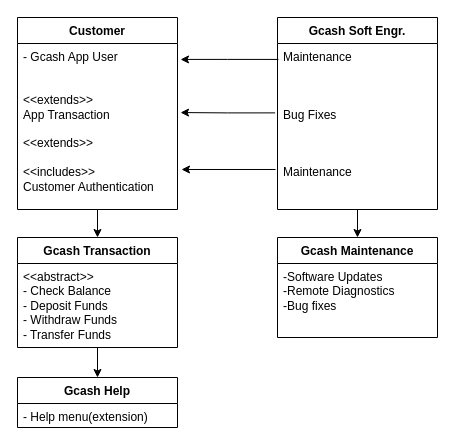
The draw.io diagram tasksheet/Use-case.drawio in cocomarktea/TesdaActivity, before the edit. Source tidied: cells renumbered, new cells numbered last; positions are measured from the earlier drawing's top-left corner, leaving out a move shared by most shapes. Both pictures are drawn from the tidied source at 100%, with x=0, y=0 at pixel (17, 17).
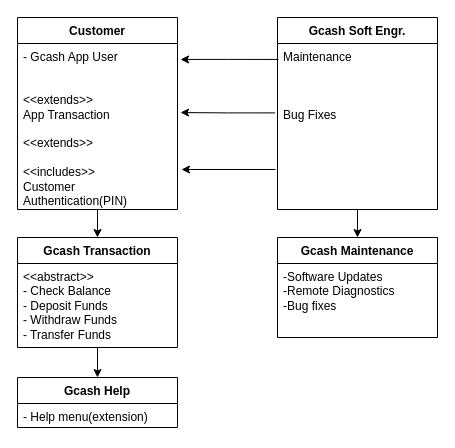
The same page after the edit.

Change to the diagram source:
```diff
@@
 <mxGraphModel>
   <root>
     <mxCell id="0" />
     <mxCell id="1" parent="0" />
     <mxCell id="2" style="edgeStyle=orthogonalEdgeStyle;rounded=0;jettySize=auto;html=1;" parent="1" edge="1" source="3" target="12">
       <mxGeometry relative="1" as="geometry" />
     </mxCell>
     <mxCell id="3" value="Customer" style="swimlane;fontStyle=1;align=center;verticalAlign=top;horizontal=1;startSize=26;whiteSpace=wrap;html=1;" parent="1" vertex="1">
       <mxGeometry width="160" height="192" as="geometry" />
     </mxCell>
-    <mxCell id="4" value="- Gcash App User&lt;br&gt;&lt;br&gt;&lt;br&gt;&amp;lt;&amp;lt;extends&amp;gt;&amp;gt;&lt;br&gt;App Transaction&lt;br&gt;&lt;br&gt;&amp;lt;&amp;lt;extends&amp;gt;&amp;gt;&lt;br&gt;&lt;br&gt;&amp;lt;&amp;lt;includes&amp;gt;&amp;gt;&lt;br&gt;Customer Authentication" style="text;strokeColor=none;fillColor=none;align=left;verticalAlign=top;spacingLeft=4;spacingRight=4;overflow=hidden;points=[[0,0.5],[1,0.5]];portConstraint=eastwest;whiteSpace=wrap;html=1;" parent="3" vertex="1">
+    <mxCell id="4" value="- Gcash App User&lt;br&gt;&lt;br&gt;&lt;br&gt;&amp;lt;&amp;lt;extends&amp;gt;&amp;gt;&lt;br&gt;App Transaction&lt;br&gt;&lt;br&gt;&amp;lt;&amp;lt;extends&amp;gt;&amp;gt;&lt;br&gt;&lt;br&gt;&amp;lt;&amp;lt;includes&amp;gt;&amp;gt;&lt;br&gt;Customer Authentication(PIN)" style="text;strokeColor=none;fillColor=none;align=left;verticalAlign=top;spacingLeft=4;spacingRight=4;overflow=hidden;points=[[0,0.5],[1,0.5]];portConstraint=eastwest;whiteSpace=wrap;html=1;" parent="3" vertex="1">
       <mxGeometry y="26" width="160" height="166" as="geometry" />
     </mxCell>
     <mxCell id="5" style="edgeStyle=orthogonalEdgeStyle;rounded=0;jettySize=auto;html=1;" parent="1" edge="1" source="6" target="14">
       <mxGeometry relative="1" as="geometry" />
     </mxCell>
     <mxCell id="6" value="Gcash Soft Engr." style="swimlane;fontStyle=1;align=center;verticalAlign=top;horizontal=1;startSize=26;whiteSpace=wrap;html=1;" parent="1" vertex="1">
       <mxGeometry x="260" width="160" height="192" as="geometry" />
     </mxCell>
-    <mxCell id="7" value="Maintenance&lt;br&gt;&lt;br&gt;&lt;br&gt;&lt;br&gt;Bug Fixes&lt;br&gt;&lt;br&gt;&lt;br&gt;&lt;br&gt;Maintenance" style="text;strokeColor=none;fillColor=none;align=left;verticalAlign=top;spacingLeft=4;spacingRight=4;overflow=hidden;points=[[0,0.5],[1,0.5]];portConstraint=eastwest;whiteSpace=wrap;html=1;" parent="6" vertex="1">
+    <mxCell id="7" value="Maintenance&lt;br&gt;&lt;br&gt;&lt;br&gt;&lt;br&gt;Bug Fixes&lt;br&gt;&lt;br&gt;&lt;br&gt;&lt;br&gt;" style="text;strokeColor=none;fillColor=none;align=left;verticalAlign=top;spacingLeft=4;spacingRight=4;overflow=hidden;points=[[0,0.5],[1,0.5]];portConstraint=eastwest;whiteSpace=wrap;html=1;" parent="6" vertex="1">
       <mxGeometry y="26" width="160" height="166" as="geometry" />
     </mxCell>
     <mxCell id="8" style="edgeStyle=orthogonalEdgeStyle;rounded=0;jettySize=auto;html=1;entryX=1.019;entryY=0.416;entryDx=0;entryDy=0;entryPerimeter=0;exitX=-0.015;exitY=0.418;exitDx=0;exitDy=0;exitPerimeter=0;" parent="1" edge="1" source="7" target="4">
       <mxGeometry relative="1" as="geometry" />
     </mxCell>
     <mxCell id="9" style="edgeStyle=orthogonalEdgeStyle;rounded=0;jettySize=auto;html=1;entryX=1.019;entryY=0.096;entryDx=0;entryDy=0;entryPerimeter=0;exitX=0.006;exitY=0.096;exitDx=0;exitDy=0;exitPerimeter=0;" parent="1" edge="1" source="7" target="4">
       <mxGeometry relative="1" as="geometry" />
     </mxCell>
     <mxCell id="10" style="edgeStyle=orthogonalEdgeStyle;rounded=0;jettySize=auto;html=1;entryX=1.025;entryY=0.759;entryDx=0;entryDy=0;entryPerimeter=0;exitX=-0.012;exitY=0.759;exitDx=0;exitDy=0;exitPerimeter=0;" parent="1" edge="1" source="7" target="4">
       <mxGeometry relative="1" as="geometry" />
     </mxCell>
     <mxCell id="11" style="edgeStyle=orthogonalEdgeStyle;rounded=0;jettySize=auto;html=1;" parent="1" edge="1" source="12" target="16">
       <mxGeometry relative="1" as="geometry" />
     </mxCell>
     <mxCell id="12" value="Gcash Transaction" style="swimlane;fontStyle=1;align=center;verticalAlign=top;horizontal=1;startSize=26;whiteSpace=wrap;html=1;" parent="1" vertex="1">
       <mxGeometry y="220" width="160" height="110" as="geometry" />
     </mxCell>
     <mxCell id="13" value="&amp;lt;&amp;lt;abstract&amp;gt;&amp;gt;&lt;br&gt;- Check Balance&lt;br&gt;- Deposit Funds&lt;br&gt;- Withdraw Funds&lt;br&gt;- Transfer Funds" style="text;strokeColor=none;fillColor=none;align=left;verticalAlign=top;spacingLeft=4;spacingRight=4;overflow=hidden;whiteSpace=wrap;html=1;" parent="12" vertex="1">
       <mxGeometry y="26" width="160" height="84" as="geometry" />
     </mxCell>
     <mxCell id="14" value="Gcash Maintenance" style="swimlane;fontStyle=1;align=center;verticalAlign=top;horizontal=1;startSize=26;whiteSpace=wrap;html=1;" parent="1" vertex="1">
       <mxGeometry x="260" y="220" width="160" height="100" as="geometry" />
     </mxCell>
     <mxCell id="15" value="-Software Updates&lt;br&gt;-Remote Diagnostics&lt;br&gt;-Bug fixes" style="text;strokeColor=none;fillColor=none;align=left;verticalAlign=top;spacingLeft=4;spacingRight=4;overflow=hidden;whiteSpace=wrap;html=1;" parent="14" vertex="1">
       <mxGeometry y="26" width="160" height="74" as="geometry" />
     </mxCell>
     <mxCell id="16" value="Gcash Help" style="swimlane;fontStyle=1;align=center;verticalAlign=top;horizontal=1;startSize=26;whiteSpace=wrap;html=1;" parent="1" vertex="1">
       <mxGeometry y="360" width="160" height="50" as="geometry" />
     </mxCell>
     <mxCell id="17" value="- Help menu(extension)" style="text;strokeColor=none;fillColor=none;align=left;verticalAlign=top;spacingLeft=4;spacingRight=4;overflow=hidden;whiteSpace=wrap;html=1;" parent="16" vertex="1">
       <mxGeometry y="26" width="160" height="24" as="geometry" />
     </mxCell>
   </root>
 </mxGraphModel>
```
